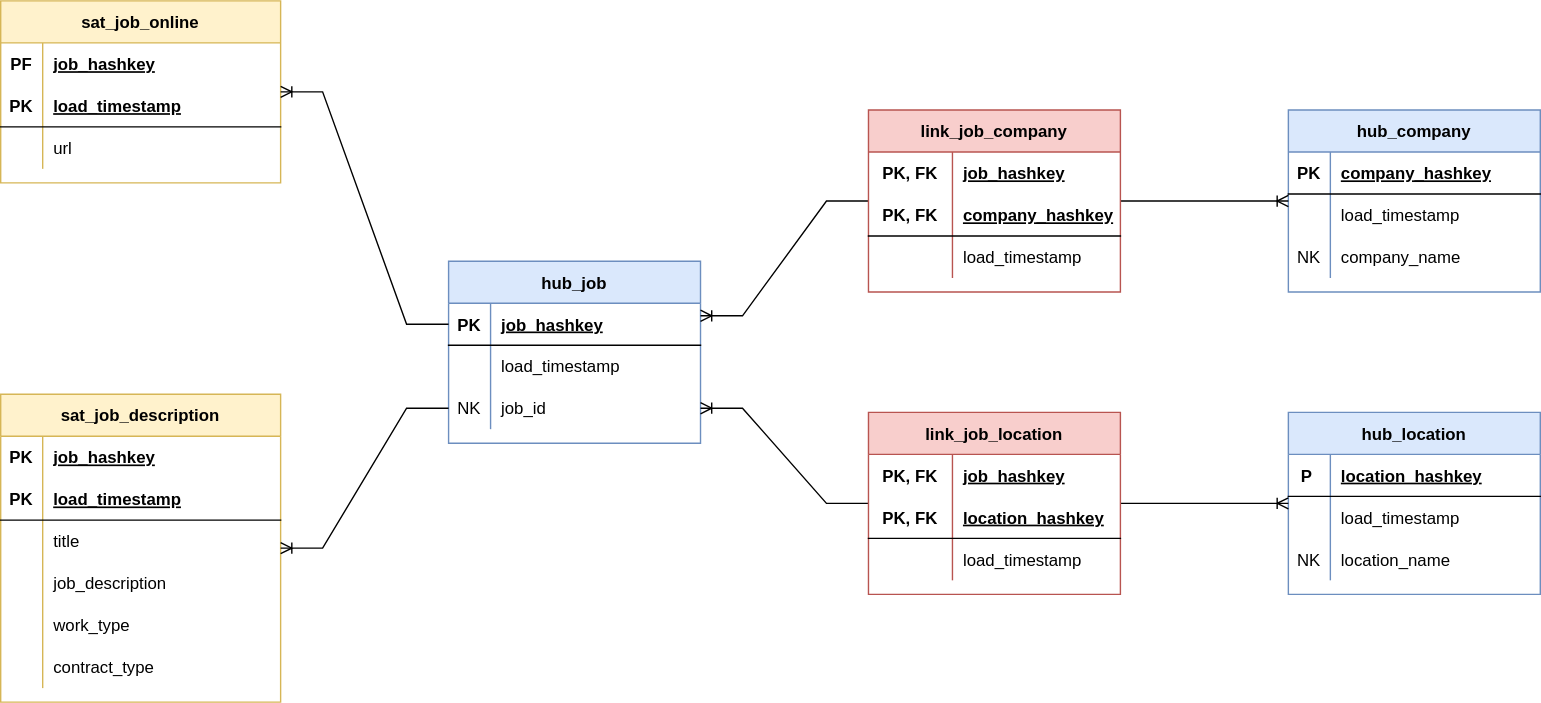
This is doc/data-vault-model.drawio.svg from petracarrion/job-market-analytics, a draw.io export, as it was before one commit. Source tidied: cells renumbered, new cells last; positions are measured from the earlier drawing's top-left corner, leaving out a move shared by most shapes.
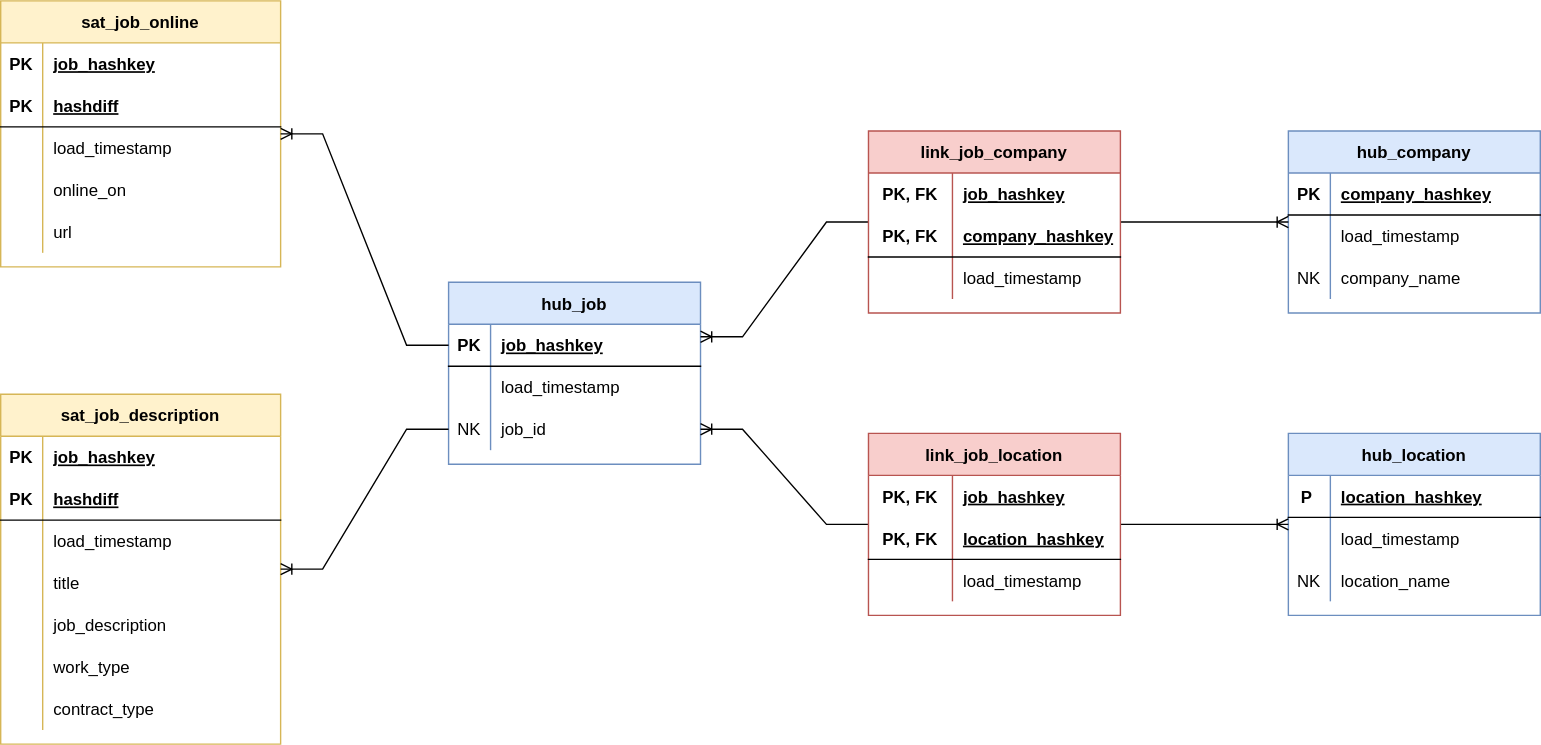
Above is the later version.

The edit, as a diff of the source:
```diff
@@ -3,12 +3,12 @@
     <mxCell id="0" />
     <mxCell id="1" parent="0" />
     <mxCell id="2" value="sat_job_online" style="shape=table;startSize=30;rowLines=0;fontStyle=1;align=center;fillColor=#FFF2CC;strokeColor=#d6b656;swimlaneFillColor=#ffffff;" parent="1" vertex="1">
-      <mxGeometry width="200" height="130" as="geometry" />
+      <mxGeometry y="-15" width="200" height="190" as="geometry" />
     </mxCell>
     <mxCell id="3" style="shape=partialRectangle;fillColor=none;top=0;left=0;bottom=1;right=0;strokeColor=none;" parent="2" vertex="1">
       <mxGeometry y="30" width="200" height="30" as="geometry" />
     </mxCell>
-    <mxCell id="4" value="PF" style="shape=partialRectangle;fillColor=none;top=0;left=0;bottom=0;right=0;fontStyle=1;overflow=hidden;" parent="3" vertex="1">
+    <mxCell id="4" value="PK" style="shape=partialRectangle;fillColor=none;top=0;left=0;bottom=0;right=0;fontStyle=1;overflow=hidden;" parent="3" vertex="1">
       <mxGeometry width="30" height="30" as="geometry" />
     </mxCell>
     <mxCell id="5" value="job_hashkey" style="shape=partialRectangle;fillColor=none;top=0;left=0;bottom=0;right=0;align=left;spacingLeft=6;fontStyle=5;overflow=hidden;" parent="3" vertex="1">
@@ -20,7 +20,7 @@
     <mxCell id="7" value="PK" style="shape=partialRectangle;fillColor=none;top=0;left=0;bottom=0;right=0;fontStyle=1;overflow=hidden;" parent="6" vertex="1">
       <mxGeometry width="30" height="30" as="geometry" />
     </mxCell>
-    <mxCell id="8" value="load_timestamp" style="shape=partialRectangle;fillColor=none;top=0;left=0;bottom=0;right=0;align=left;spacingLeft=6;fontStyle=5;overflow=hidden;" parent="6" vertex="1">
+    <mxCell id="8" value="hashdiff" style="shape=partialRectangle;fillColor=none;top=0;left=0;bottom=0;right=0;align=left;spacingLeft=6;fontStyle=5;overflow=hidden;" parent="6" vertex="1">
       <mxGeometry x="30" width="170" height="30" as="geometry" />
     </mxCell>
     <mxCell id="9" style="shape=partialRectangle;fillColor=none;top=0;left=0;bottom=0;right=0;" parent="2" vertex="1">
@@ -29,9 +29,27 @@
     <mxCell id="10" style="shape=partialRectangle;fillColor=none;top=0;left=0;bottom=0;right=0;overflow=hidden;" parent="9" vertex="1">
       <mxGeometry width="30" height="30" as="geometry" />
     </mxCell>
-    <mxCell id="11" value="url" style="shape=partialRectangle;fillColor=none;top=0;left=0;bottom=0;right=0;align=left;spacingLeft=6;overflow=hidden;" parent="9" vertex="1">
+    <mxCell id="11" value="load_timestamp" style="shape=partialRectangle;fillColor=none;top=0;left=0;bottom=0;right=0;align=left;spacingLeft=6;overflow=hidden;" parent="9" vertex="1">
       <mxGeometry x="30" width="170" height="30" as="geometry" />
     </mxCell>
+    <mxCell id="87" style="shape=partialRectangle;fillColor=none;top=0;left=0;bottom=0;right=0;" parent="2" vertex="1">
+      <mxGeometry y="120" width="200" height="30" as="geometry" />
+    </mxCell>
+    <mxCell id="88" style="shape=partialRectangle;fillColor=none;top=0;left=0;bottom=0;right=0;overflow=hidden;" parent="87" vertex="1">
+      <mxGeometry width="30" height="30" as="geometry" />
+    </mxCell>
+    <mxCell id="89" value="online_on" style="shape=partialRectangle;fillColor=none;top=0;left=0;bottom=0;right=0;align=left;spacingLeft=6;overflow=hidden;" parent="87" vertex="1">
+      <mxGeometry x="30" width="170" height="30" as="geometry" />
+    </mxCell>
+    <mxCell id="90" style="shape=partialRectangle;fillColor=none;top=0;left=0;bottom=0;right=0;" parent="2" vertex="1">
+      <mxGeometry y="150" width="200" height="30" as="geometry" />
+    </mxCell>
+    <mxCell id="91" style="shape=partialRectangle;fillColor=none;top=0;left=0;bottom=0;right=0;overflow=hidden;" parent="90" vertex="1">
+      <mxGeometry width="30" height="30" as="geometry" />
+    </mxCell>
+    <mxCell id="92" value="url" style="shape=partialRectangle;fillColor=none;top=0;left=0;bottom=0;right=0;align=left;spacingLeft=6;overflow=hidden;" parent="90" vertex="1">
+      <mxGeometry x="30" width="170" height="30" as="geometry" />
+    </mxCell>
     <mxCell id="12" value="hub_job" style="shape=table;startSize=30;rowLines=0;fontStyle=1;align=center;fillColor=#dae8fc;strokeColor=#6c8ebf;swimlaneFillColor=#ffffff;" parent="1" vertex="1">
       <mxGeometry x="320" y="186" width="180" height="130" as="geometry" />
     </mxCell>
@@ -198,7 +216,7 @@
       <mxGeometry x="60" width="120" height="30" as="geometry" />
     </mxCell>
     <mxCell id="67" value="sat_job_description" style="shape=table;startSize=30;rowLines=0;fontStyle=1;align=center;fillColor=#FFF2CC;strokeColor=#d6b656;swimlaneFillColor=#ffffff;" parent="1" vertex="1">
-      <mxGeometry y="281" width="200" height="220" as="geometry" />
+      <mxGeometry y="266" width="200" height="250" as="geometry" />
     </mxCell>
     <mxCell id="68" style="shape=partialRectangle;fillColor=none;top=0;left=0;bottom=1;right=0;strokeColor=none;" parent="67" vertex="1">
       <mxGeometry y="30" width="200" height="30" as="geometry" />
@@ -215,7 +233,7 @@
     <mxCell id="72" value="PK" style="shape=partialRectangle;fillColor=none;top=0;left=0;bottom=0;right=0;fontStyle=1;overflow=hidden;" parent="71" vertex="1">
       <mxGeometry width="30" height="30" as="geometry" />
     </mxCell>
-    <mxCell id="73" value="load_timestamp" style="shape=partialRectangle;fillColor=none;top=0;left=0;bottom=0;right=0;align=left;spacingLeft=6;fontStyle=5;overflow=hidden;" parent="71" vertex="1">
+    <mxCell id="73" value="hashdiff" style="shape=partialRectangle;fillColor=none;top=0;left=0;bottom=0;right=0;align=left;spacingLeft=6;fontStyle=5;overflow=hidden;" parent="71" vertex="1">
       <mxGeometry x="30" width="170" height="30" as="geometry" />
     </mxCell>
     <mxCell id="74" style="shape=partialRectangle;fillColor=none;top=0;left=0;bottom=0;right=0;" parent="67" vertex="1">
@@ -224,11 +242,20 @@
     <mxCell id="75" style="shape=partialRectangle;fillColor=none;top=0;left=0;bottom=0;right=0;overflow=hidden;" parent="74" vertex="1">
       <mxGeometry width="30" height="30" as="geometry" />
     </mxCell>
-    <mxCell id="76" value="title" style="shape=partialRectangle;fillColor=none;top=0;left=0;bottom=0;right=0;align=left;spacingLeft=6;overflow=hidden;" parent="74" vertex="1">
+    <mxCell id="76" value="load_timestamp" style="shape=partialRectangle;fillColor=none;top=0;left=0;bottom=0;right=0;align=left;spacingLeft=6;overflow=hidden;" parent="74" vertex="1">
       <mxGeometry x="30" width="170" height="30" as="geometry" />
     </mxCell>
+    <mxCell id="93" style="shape=partialRectangle;fillColor=none;top=0;left=0;bottom=0;right=0;" parent="67" vertex="1">
+      <mxGeometry y="120" width="200" height="30" as="geometry" />
+    </mxCell>
+    <mxCell id="94" style="shape=partialRectangle;fillColor=none;top=0;left=0;bottom=0;right=0;overflow=hidden;" parent="93" vertex="1">
+      <mxGeometry width="30" height="30" as="geometry" />
+    </mxCell>
+    <mxCell id="95" value="title" style="shape=partialRectangle;fillColor=none;top=0;left=0;bottom=0;right=0;align=left;spacingLeft=6;overflow=hidden;" parent="93" vertex="1">
+      <mxGeometry x="30" width="170" height="30" as="geometry" />
+    </mxCell>
     <mxCell id="77" style="shape=partialRectangle;fillColor=none;top=0;left=0;bottom=0;right=0;" parent="67" vertex="1">
-      <mxGeometry y="120" width="200" height="30" as="geometry" />
+      <mxGeometry y="150" width="200" height="30" as="geometry" />
     </mxCell>
     <mxCell id="78" style="shape=partialRectangle;fillColor=none;top=0;left=0;bottom=0;right=0;overflow=hidden;" parent="77" vertex="1">
       <mxGeometry width="30" height="30" as="geometry" />
@@ -237,7 +264,7 @@
       <mxGeometry x="30" width="170" height="30" as="geometry" />
     </mxCell>
     <mxCell id="80" style="shape=partialRectangle;fillColor=none;top=0;left=0;bottom=0;right=0;" parent="67" vertex="1">
-      <mxGeometry y="150" width="200" height="30" as="geometry" />
+      <mxGeometry y="180" width="200" height="30" as="geometry" />
     </mxCell>
     <mxCell id="81" style="shape=partialRectangle;fillColor=none;top=0;left=0;bottom=0;right=0;overflow=hidden;" parent="80" vertex="1">
       <mxGeometry width="30" height="30" as="geometry" />
@@ -246,7 +273,7 @@
       <mxGeometry x="30" width="170" height="30" as="geometry" />
     </mxCell>
     <mxCell id="83" style="shape=partialRectangle;fillColor=none;top=0;left=0;bottom=0;right=0;" parent="67" vertex="1">
-      <mxGeometry y="180" width="200" height="30" as="geometry" />
+      <mxGeometry y="210" width="200" height="30" as="geometry" />
     </mxCell>
     <mxCell id="84" style="shape=partialRectangle;fillColor=none;top=0;left=0;bottom=0;right=0;overflow=hidden;" parent="83" vertex="1">
       <mxGeometry width="30" height="30" as="geometry" />
```
